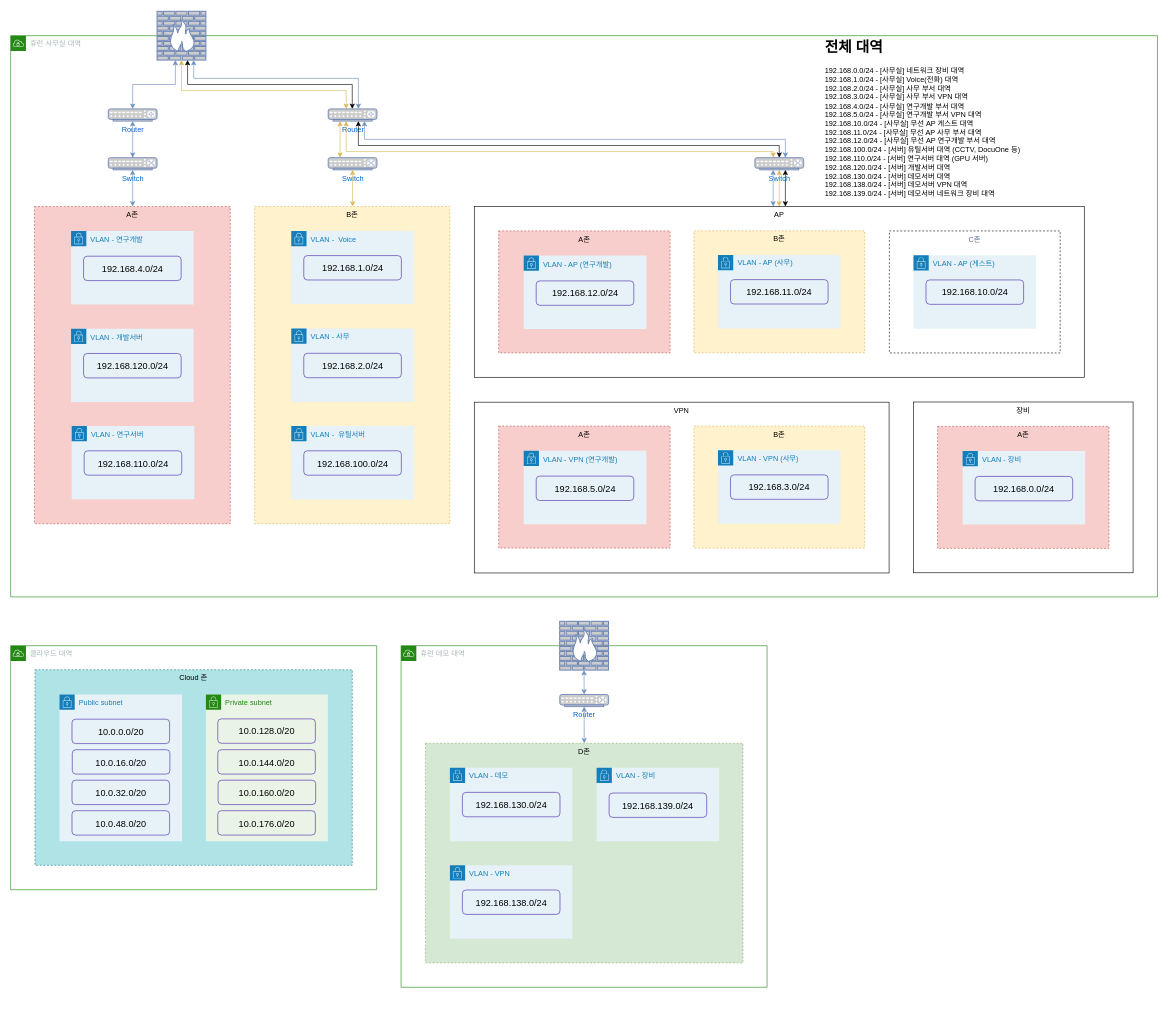
junho-nam/drawio keeps this draw.io diagram as page "To-Be" (2 of 2) of 네트워크.drawio. Above is the earlier version. Source tidied: cells renumbered, new cells numbered last; positions are measured from the earlier drawing's top-left corner, leaving out a move shared by most shapes. Both pictures are drawn from the tidied source at 61%, with x=0, y=0 at pixel (10, 11).
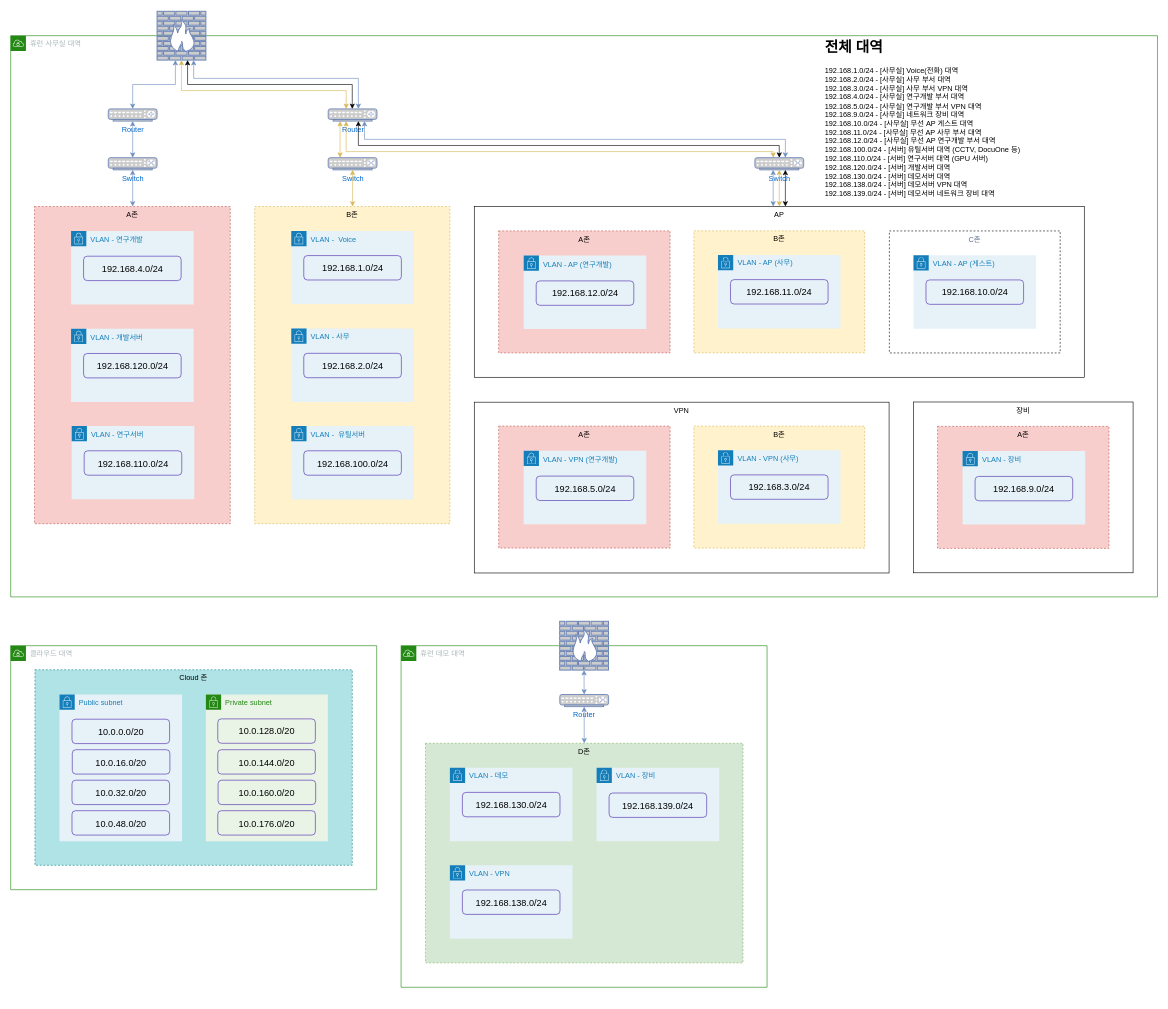
Above is the later version.

Commit message:
네트워크.drawio 업데이트

The change refers to these unchanged cells:
```xml
<mxCell id="4" value="휴런 사무실 대역" style="gradientColor=none;html=1;whiteSpace=wrap;fontSize=12;fontStyle=0;shape=mxgraph.aws4.group;grIcon=mxgraph.aws4.group_vpc;strokeColor=#248814;fillColor=none;verticalAlign=top;align=left;spacingLeft=30;fontColor=#AAB7B8;dashed=0;rounded=1;shadow=0;glass=0;sketch=0;strokeWidth=1;" parent="1" vertex="1">
  <mxGeometry y="40" width="1880" height="920" as="geometry" />
</mxCell>
<mxCell id="79" value="VLAN - 장비" style="gradientColor=none;html=1;whiteSpace=wrap;fontSize=12;fontStyle=0;shape=mxgraph.aws4.group;grIcon=mxgraph.aws4.group_security_group;grStroke=0;strokeColor=#147EBA;fillColor=#E6F2F8;verticalAlign=top;align=left;spacingLeft=30;fontColor=#147EBA;dashed=0;rounded=1;shadow=0;glass=0;sketch=0;strokeWidth=1;" parent="1" vertex="1">
  <mxGeometry x="1560.5" y="721" width="201" height="120.5" as="geometry" />
</mxCell>
```

Diff of the diagram source:
```diff
@@
-    <mxCell id="22" value="&lt;h1&gt;전체 대역&lt;/h1&gt;&lt;p&gt;192.168.0.0/24 - [사무실] 네트워크 장비 대역&lt;br style=&quot;border-color: var(--border-color);&quot;&gt;192.168.1.0/24 - [사무실] Voice(전화) 대역&lt;br style=&quot;border-color: var(--border-color);&quot;&gt;192.168.2.0/24 - [사무실] 사무 부서 대역&lt;br style=&quot;border-color: var(--border-color);&quot;&gt;192.168.3.0/24 - [사무실] 사무 부서 VPN 대역&lt;br style=&quot;border-color: var(--border-color);&quot;&gt;192.168.4.0/24 - [사무실] 연구개발 부서 대역&lt;br style=&quot;border-color: var(--border-color);&quot;&gt;192.168.5.0/24 - [사무실] 연구개발 부서 VPN 대역&lt;br style=&quot;border-color: var(--border-color);&quot;&gt;192.168.10.0/24 - [사무실] 무선 AP 게스트 대역&lt;br style=&quot;border-color: var(--border-color);&quot;&gt;192.168.11.0/24 - [사무실] 무선 AP 사무 부서 대역&lt;br style=&quot;border-color: var(--border-color);&quot;&gt;192.168.12.0/24 - [사무실] 무선 AP 연구개발 부서 대역&lt;br style=&quot;border-color: var(--border-color);&quot;&gt;192.168.100.0/24 - [서버] 유틸서버 대역 (CCTV, DocuOne 등)&lt;br style=&quot;border-color: var(--border-color);&quot;&gt;192.168.110.0/24 - [서버] 연구서버 대역 (GPU 서버)&lt;br style=&quot;border-color: var(--border-color);&quot;&gt;192.168.120.0/24 - [서버] 개발서버 대역&lt;br style=&quot;border-color: var(--border-color);&quot;&gt;192.168.130.0/24 - [서버] 데모서버 대역&lt;br style=&quot;border-color: var(--border-color);&quot;&gt;192.168.138.0/24 - [서버] 데모서버 VPN 대역&lt;br&gt;192.168.139.0/24 - [서버] 데모서버 네트워크 장비 대역&lt;/p&gt;&lt;p&gt;&lt;br&gt;&lt;/p&gt;" style="text;html=1;strokeColor=none;fillColor=none;spacing=5;spacingTop=-20;whiteSpace=wrap;overflow=hidden;rounded=0;" parent="4" vertex="1">
+    <mxCell id="22" value="&lt;h1&gt;전체 대역&lt;/h1&gt;&lt;p&gt;192.168.1.0/24 - [사무실] Voice(전화) 대역&lt;br style=&quot;border-color: var(--border-color);&quot;&gt;192.168.2.0/24 - [사무실] 사무 부서 대역&lt;br style=&quot;border-color: var(--border-color);&quot;&gt;192.168.3.0/24 - [사무실] 사무 부서 VPN 대역&lt;br style=&quot;border-color: var(--border-color);&quot;&gt;192.168.4.0/24 - [사무실] 연구개발 부서 대역&lt;br style=&quot;border-color: var(--border-color);&quot;&gt;192.168.5.0/24 - [사무실] 연구개발 부서 VPN 대역&lt;br style=&quot;border-color: var(--border-color);&quot;&gt;192.168.9.0/24 - [사무실] 네트워크 장비 대역&lt;br&gt;192.168.10.0/24 - [사무실] 무선 AP 게스트 대역&lt;br style=&quot;border-color: var(--border-color);&quot;&gt;192.168.11.0/24 - [사무실] 무선 AP 사무 부서 대역&lt;br style=&quot;border-color: var(--border-color);&quot;&gt;192.168.12.0/24 - [사무실] 무선 AP 연구개발 부서 대역&lt;br style=&quot;border-color: var(--border-color);&quot;&gt;192.168.100.0/24 - [서버] 유틸서버 대역 (CCTV, DocuOne 등)&lt;br style=&quot;border-color: var(--border-color);&quot;&gt;192.168.110.0/24 - [서버] 연구서버 대역 (GPU 서버)&lt;br style=&quot;border-color: var(--border-color);&quot;&gt;192.168.120.0/24 - [서버] 개발서버 대역&lt;br style=&quot;border-color: var(--border-color);&quot;&gt;192.168.130.0/24 - [서버] 데모서버 대역&lt;br style=&quot;border-color: var(--border-color);&quot;&gt;192.168.138.0/24 - [서버] 데모서버 VPN 대역&lt;br&gt;192.168.139.0/24 - [서버] 데모서버 네트워크 장비 대역&lt;/p&gt;&lt;p&gt;&lt;br&gt;&lt;/p&gt;" style="text;html=1;strokeColor=none;fillColor=none;spacing=5;spacingTop=-20;whiteSpace=wrap;overflow=hidden;rounded=0;" parent="4" vertex="1">
       <mxGeometry x="1330" width="390" height="270" as="geometry" />
     </mxCell>
@@
-    <mxCell id="80" value="&lt;font style=&quot;font-size: 15px;&quot;&gt;192.168.0.0/24&lt;/font&gt;" style="rounded=1;whiteSpace=wrap;html=1;fillColor=none;strokeWidth=1;strokeColor=#4d27aa;glass=0;shadow=0;" parent="79" vertex="1">
+    <mxCell id="80" value="&lt;font style=&quot;font-size: 15px;&quot;&gt;192.168.9.0/24&lt;/font&gt;" style="rounded=1;whiteSpace=wrap;html=1;fillColor=none;strokeWidth=1;strokeColor=#4d27aa;glass=0;shadow=0;" parent="79" vertex="1">
       <mxGeometry x="20.5" y="41.5" width="160" height="40" as="geometry" />
     </mxCell>
```
